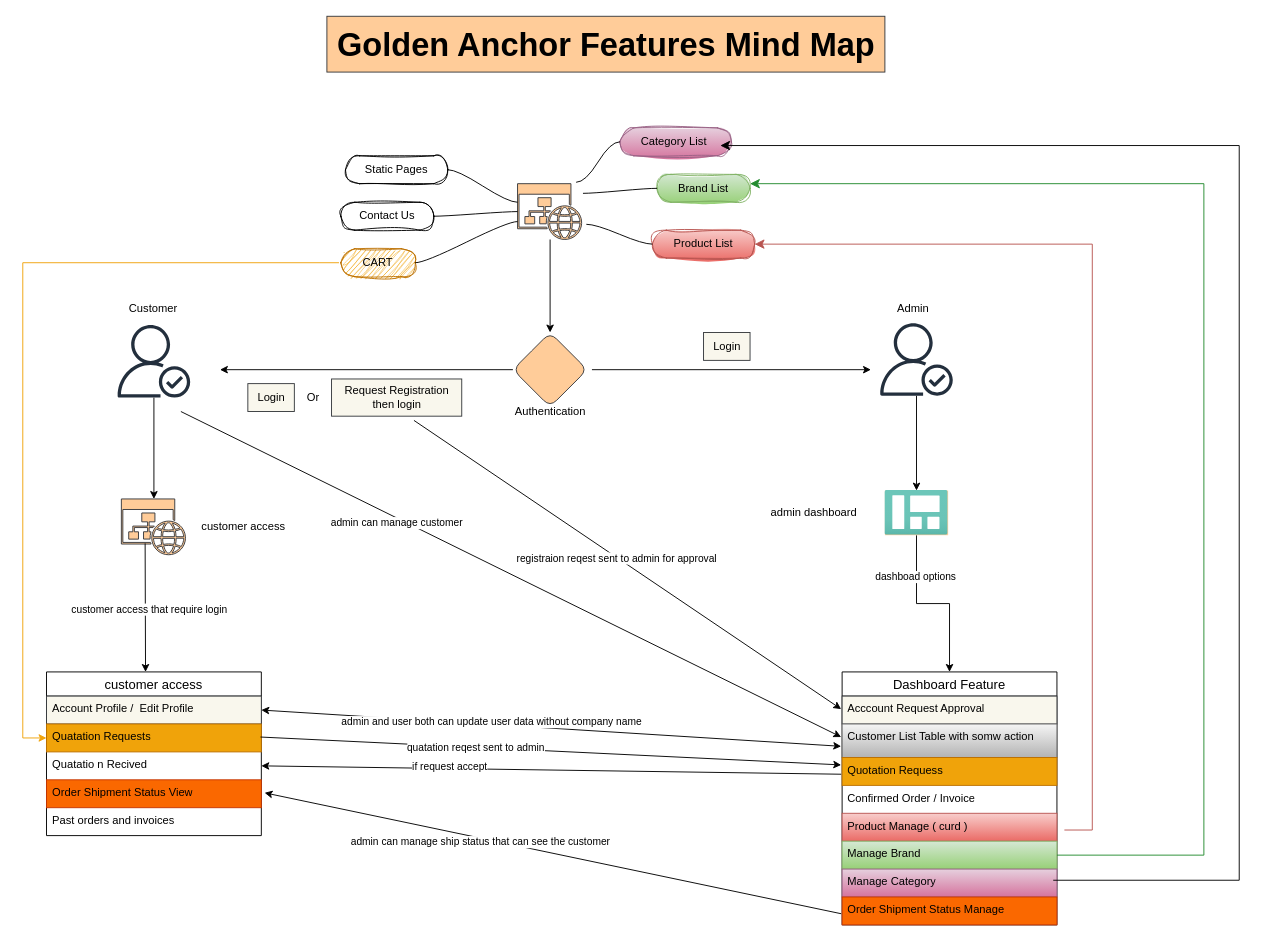
Above: page "mindmap" (2 of 3) of golden-anchor-flow.drawio in checkiamsiam/golden-anchor-visualizations (draw.io), before the change. Source tidied: cells renumbered, new cells numbered last; positions are measured from the earlier drawing's top-left corner, leaving out a move shared by most shapes. Both pictures are drawn from the tidied source at 93%, with x=0, y=0 at pixel (22, 16).
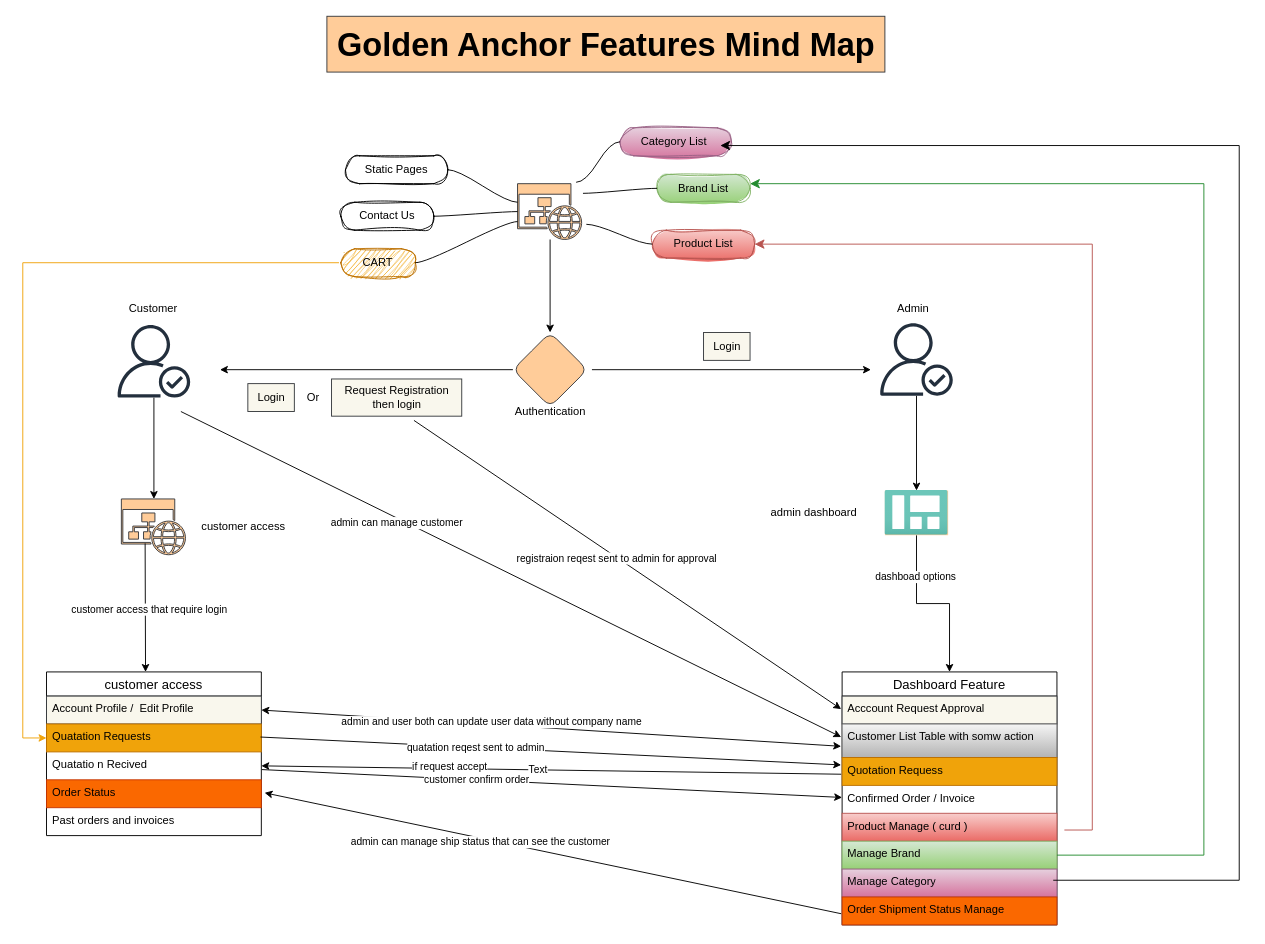
The same diagram, later.

The change refers to these unchanged cells:
```xml
<mxCell id="53" value="customer access" style="swimlane;fontStyle=0;horizontal=1;startSize=26;align=center;fontSize=14;" parent="1" vertex="1">
  <mxGeometry x="25.5" y="705" width="231" height="176" as="geometry" />
</mxCell>
<mxCell id="64" style="endArrow=classic;html=1;rounded=0;exitX=1;exitY=0.5;exitDx=0;exitDy=0;entryX=1;entryY=0.5;entryDx=0;entryDy=0;" parent="1" edge="1" target="56">
  <mxGeometry relative="1" as="geometry">
    <mxPoint x="880" y="815" as="sourcePoint" />
  </mxGeometry>
</mxCell>
```

The edit, as a diff of the source:
```diff
@@
-    <mxCell id="57" value="Order Shipment Status View" style="text;strokeColor=#C73500;fillColor=#fa6800;spacingLeft=4;spacingRight=4;overflow=hidden;fontSize=12;whiteSpace=wrap;html=1;fontColor=#000000;" parent="53" vertex="1">
+    <mxCell id="57" value="Order Status" style="text;strokeColor=#C73500;fillColor=#fa6800;spacingLeft=4;spacingRight=4;overflow=hidden;fontSize=12;whiteSpace=wrap;html=1;fontColor=#000000;" parent="53" vertex="1">
       <mxGeometry y="116" width="231" height="30" as="geometry" />
     </mxCell>
@@
+    <mxCell id="70" value="Text" style="edgeLabel;html=1;align=center;verticalAlign=middle;" parent="64" vertex="1">
+      <mxGeometry x="0.05" y="-1" relative="1" as="geometry" />
+    </mxCell>
@@
+    <mxCell id="71" style="endArrow=classic;html=1;rounded=0;exitX=0.996;exitY=0.467;exitDx=0;exitDy=0;exitPerimeter=0;" parent="1" edge="1">
+      <mxGeometry relative="1" as="geometry">
+        <mxPoint x="257" y="810" as="sourcePoint" />
+        <mxPoint x="881" y="840" as="targetPoint" />
+      </mxGeometry>
+    </mxCell>
+    <mxCell id="72" value="customer confirm order&lt;br&gt;" style="edgeLabel;html=1;align=center;verticalAlign=middle;" parent="71" vertex="1">
+      <mxGeometry x="-0.26" y="1" relative="1" as="geometry" />
+    </mxCell>
```
